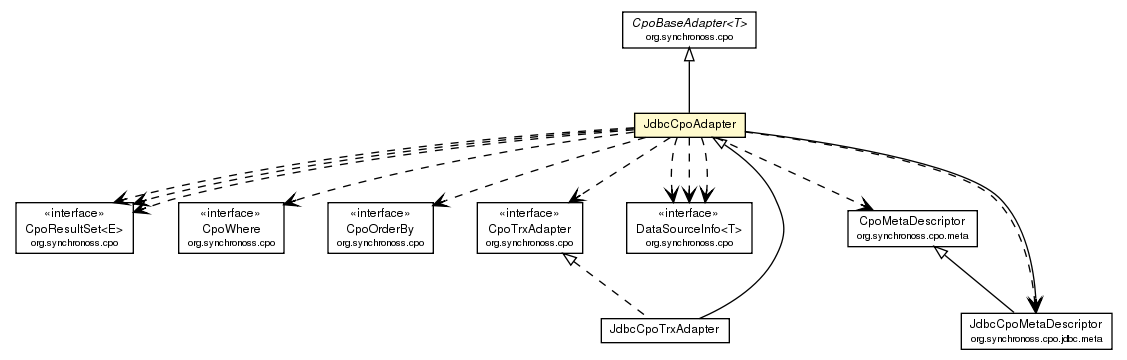
Earlier version of the Graphviz export site/apidocs/org/synchronoss/cpo/jdbc/JdbcCpoAdapter.png (synchronoss/cpo-api). Its source is kept beside it as site/apidocs/org/synchronoss/cpo/jdbc/JdbcCpoAdapter.dot.
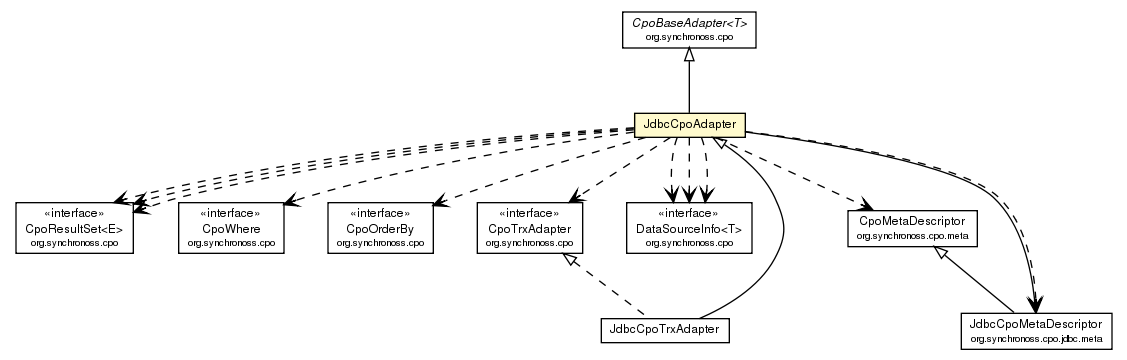
The same diagram one commit later.

The edit, as a diff of the source:
```diff
@@ -70,15 +70,15 @@
 	c37492:p -> c37616:p [dir=back,arrowtail=empty,style=dashed];
 	c37519:p -> c37622:p [dir=back,arrowtail=empty];
 	c37615:p -> c37622:p [taillabel="", label="", headlabel="", fontname="Helvetica", fontcolor="black", fontsize=10.0, color="black", arrowhead=open];
-	c37615:p -> c37622:p [taillabel="", label="", headlabel="", fontname="Helvetica", fontcolor="black", fontsize=10.0, color="black", arrowhead=open, style=dashed];
+	c37615:p -> c37481:p [taillabel="", label="", headlabel="", fontname="Helvetica", fontcolor="black", fontsize=10.0, color="black", arrowhead=open, style=dashed];
 	c37615:p -> c37493:p [taillabel="", label="", headlabel="", fontname="Helvetica", fontcolor="black", fontsize=10.0, color="black", arrowhead=open, style=dashed];
 	c37615:p -> c37493:p [taillabel="", label="", headlabel="", fontname="Helvetica", fontcolor="black", fontsize=10.0, color="black", arrowhead=open, style=dashed];
 	c37615:p -> c37480:p [taillabel="", label="", headlabel="", fontname="Helvetica", fontcolor="black", fontsize=10.0, color="black", arrowhead=open, style=dashed];
+	c37615:p -> c37480:p [taillabel="", label="", headlabel="", fontname="Helvetica", fontcolor="black", fontsize=10.0, color="black", arrowhead=open, style=dashed];
 	c37615:p -> c37519:p [taillabel="", label="", headlabel="", fontname="Helvetica", fontcolor="black", fontsize=10.0, color="black", arrowhead=open, style=dashed];
-	c37615:p -> c37480:p [taillabel="", label="", headlabel="", fontname="Helvetica", fontcolor="black", fontsize=10.0, color="black", arrowhead=open, style=dashed];
-	c37615:p -> c37486:p [taillabel="", label="", headlabel="", fontname="Helvetica", fontcolor="black", fontsize=10.0, color="black", arrowhead=open, style=dashed];
-	c37615:p -> c37480:p [taillabel="", label="", headlabel="", fontname="Helvetica", fontcolor="black", fontsize=10.0, color="black", arrowhead=open, style=dashed];
 	c37615:p -> c37492:p [taillabel="", label="", headlabel="", fontname="Helvetica", fontcolor="black", fontsize=10.0, color="black", arrowhead=open, style=dashed];
 	c37615:p -> c37493:p [taillabel="", label="", headlabel="", fontname="Helvetica", fontcolor="black", fontsize=10.0, color="black", arrowhead=open, style=dashed];
-	c37615:p -> c37481:p [taillabel="", label="", headlabel="", fontname="Helvetica", fontcolor="black", fontsize=10.0, color="black", arrowhead=open, style=dashed];
+	c37615:p -> c37480:p [taillabel="", label="", headlabel="", fontname="Helvetica", fontcolor="black", fontsize=10.0, color="black", arrowhead=open, style=dashed];
+	c37615:p -> c37622:p [taillabel="", label="", headlabel="", fontname="Helvetica", fontcolor="black", fontsize=10.0, color="black", arrowhead=open, style=dashed];
+	c37615:p -> c37486:p [taillabel="", label="", headlabel="", fontname="Helvetica", fontcolor="black", fontsize=10.0, color="black", arrowhead=open, style=dashed];
 }
```
